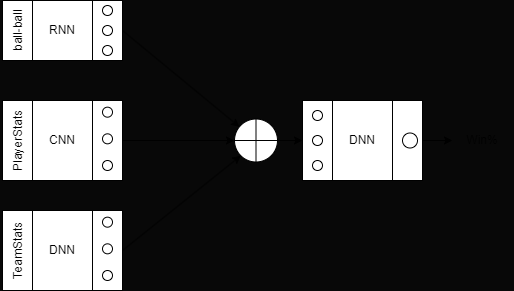
Before: public/architectureOverview.png, a diagram exported from draw.io (Salman-shaik116/localt20). Source tidied: cells renumbered, new cells last; positions are measured from the earlier drawing's top-left corner, leaving out a move shared by most shapes.
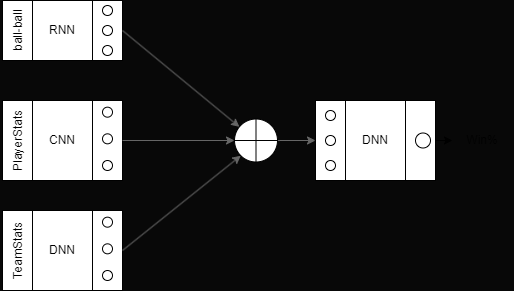
After the commit.

Diff of the diagram source:
```diff
@@ -65,23 +65,23 @@
     <mxCell id="22" style="ellipse;whiteSpace=wrap;html=1;" parent="16" vertex="1">
       <mxGeometry x="100" y="33.3" width="10" height="10" as="geometry" />
     </mxCell>
-    <mxCell id="23" style="edgeStyle=none;html=1;exitX=1;exitY=0.5;exitDx=0;exitDy=0;entryX=0;entryY=0.5;entryDx=0;entryDy=0;" parent="1" edge="1" source="24" target="30">
+    <mxCell id="23" style="edgeStyle=none;html=1;exitX=1;exitY=0.5;exitDx=0;exitDy=0;entryX=0;entryY=0.5;entryDx=0;entryDy=0;fillColor=#f5f5f5;strokeColor=#666666;" parent="1" edge="1" source="24" target="30">
       <mxGeometry relative="1" as="geometry" />
     </mxCell>
     <mxCell id="24" style="shape=orEllipse;perimeter=ellipsePerimeter;whiteSpace=wrap;html=1;backgroundOutline=1;" parent="1" vertex="1">
       <mxGeometry x="246" y="118.5" width="43" height="43" as="geometry" />
     </mxCell>
-    <mxCell id="25" style="edgeStyle=none;html=1;exitX=1;exitY=0.5;exitDx=0;exitDy=0;" parent="1" edge="1" source="3" target="24">
+    <mxCell id="25" style="edgeStyle=none;html=1;exitX=1;exitY=0.5;exitDx=0;exitDy=0;fillColor=#f5f5f5;strokeColor=#666666;" parent="1" edge="1" source="3" target="24">
       <mxGeometry relative="1" as="geometry" />
     </mxCell>
-    <mxCell id="26" style="edgeStyle=none;html=1;exitX=1;exitY=0.5;exitDx=0;exitDy=0;entryX=0;entryY=1;entryDx=0;entryDy=0;" parent="1" edge="1" source="17" target="24">
+    <mxCell id="26" style="edgeStyle=none;html=1;exitX=1;exitY=0.5;exitDx=0;exitDy=0;entryX=0;entryY=1;entryDx=0;entryDy=0;fillColor=#f5f5f5;strokeColor=#666666;" parent="1" edge="1" source="17" target="24">
       <mxGeometry relative="1" as="geometry" />
     </mxCell>
-    <mxCell id="27" style="edgeStyle=none;html=1;exitX=1;exitY=0.5;exitDx=0;exitDy=0;entryX=0;entryY=0.5;entryDx=0;entryDy=0;" parent="1" edge="1" source="10" target="24">
+    <mxCell id="27" style="edgeStyle=none;html=1;exitX=1;exitY=0.5;exitDx=0;exitDy=0;entryX=0;entryY=0.5;entryDx=0;entryDy=0;fillColor=#f5f5f5;strokeColor=#666666;" parent="1" edge="1" source="10" target="24">
       <mxGeometry relative="1" as="geometry" />
     </mxCell>
     <mxCell id="28" style="group;" parent="1" vertex="1">
-      <mxGeometry x="289" y="60" width="120" height="80" as="geometry" />
+      <mxGeometry x="302" y="60" width="120" height="80" as="geometry" />
     </mxCell>
     <mxCell id="29" style="group;" parent="28" vertex="1">
       <mxGeometry x="25" y="40" width="120" height="80" as="geometry" />
```
